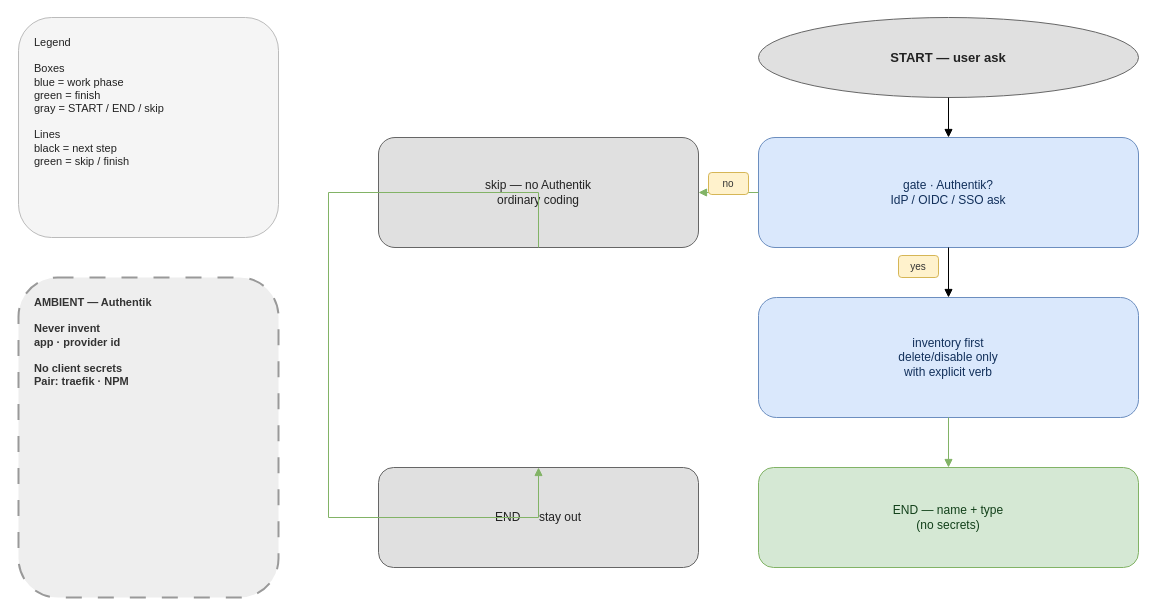
nodadyoushutup/marketplace keeps this draw.io diagram as plugins/authentik/docs/authentik-workflow.drawio. Above is the earlier version. Source tidied: cells renumbered, new cells numbered last; positions are measured from the earlier drawing's top-left corner, leaving out a move shared by most shapes. Both pictures are drawn from the tidied source at 100%, with x=0, y=0 at pixel (18, 17).
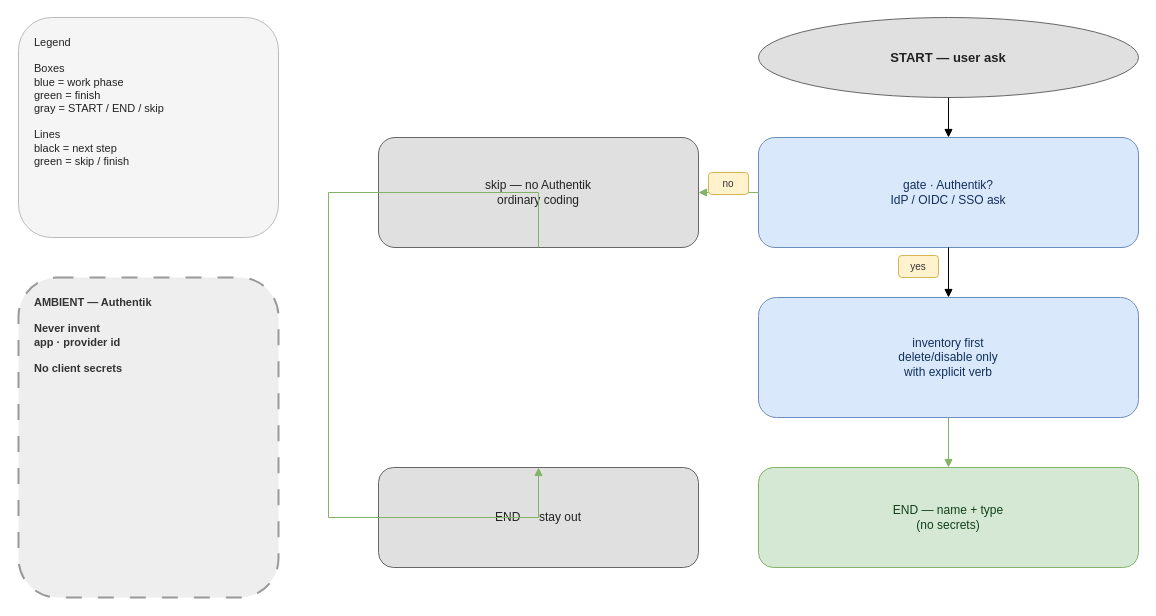
After the change.

What changed in the source:
```diff
@@
 <mxGraphModel>
   <root>
     <mxCell id="0" />
     <mxCell id="1" parent="0" />
     <mxCell id="2" value="Legend&#10;&#10;Boxes&#10;blue = work phase&#10;green = finish&#10;gray = START / END / skip&#10;&#10;Lines&#10;black = next step&#10;green = skip / finish" style="rounded=1;whiteSpace=wrap;html=1;align=left;verticalAlign=top;spacingLeft=14;spacingRight=14;spacingTop=12;spacingBottom=12;fontSize=11;fillColor=#f5f5f5;strokeColor=#bbbbbb;fontColor=#222222;" parent="1" vertex="1">
       <mxGeometry width="260" height="220" as="geometry" />
     </mxCell>
-    <mxCell id="3" value="AMBIENT — Authentik&#10;&#10;Never invent&#10;app · provider id&#10;&#10;No client secrets&#10;Pair: traefik · NPM" style="rounded=1;whiteSpace=wrap;html=1;dashed=1;dashPattern=8 8;align=left;verticalAlign=top;spacingLeft=14;spacingRight=14;spacingTop=12;spacingBottom=12;fontSize=11;fontStyle=1;fillColor=#eeeeee;strokeColor=#999999;strokeWidth=2;fontColor=#333333;" parent="1" vertex="1">
+    <mxCell id="3" value="AMBIENT — Authentik&#10;&#10;Never invent&#10;app · provider id&#10;&#10;No client secrets&#10;" style="rounded=1;whiteSpace=wrap;html=1;dashed=1;dashPattern=8 8;align=left;verticalAlign=top;spacingLeft=14;spacingRight=14;spacingTop=12;spacingBottom=12;fontSize=11;fontStyle=1;fillColor=#eeeeee;strokeColor=#999999;strokeWidth=2;fontColor=#333333;" parent="1" vertex="1">
       <mxGeometry y="260" width="260" height="320" as="geometry" />
     </mxCell>
     <mxCell id="4" value="START — user ask" style="ellipse;whiteSpace=wrap;html=1;align=center;verticalAlign=middle;fontSize=13;fontStyle=1;fillColor=#e0e0e0;strokeColor=#666666;fontColor=#222222;" parent="1" vertex="1">
       <mxGeometry x="740" width="380" height="80" as="geometry" />
     </mxCell>
     <mxCell id="5" value="gate · Authentik?&#10;IdP / OIDC / SSO ask" style="rounded=1;whiteSpace=wrap;html=1;align=center;verticalAlign=middle;spacingLeft=12;spacingRight=12;fontSize=12;fillColor=#dae8fc;strokeColor=#6c8ebf;fontColor=#12305B;" parent="1" vertex="1">
       <mxGeometry x="740" y="120" width="380" height="110" as="geometry" />
     </mxCell>
     <mxCell id="6" value="skip — no Authentik&#10;ordinary coding" style="rounded=1;whiteSpace=wrap;html=1;align=center;verticalAlign=middle;spacingLeft=12;spacingRight=12;fontSize=12;fillColor=#e0e0e0;strokeColor=#666666;fontColor=#222222;" parent="1" vertex="1">
       <mxGeometry x="360" y="120" width="320" height="110" as="geometry" />
     </mxCell>
     <mxCell id="7" value="inventory first&#10;delete/disable only&#10;with explicit verb" style="rounded=1;whiteSpace=wrap;html=1;align=center;verticalAlign=middle;spacingLeft=12;spacingRight=12;fontSize=12;fillColor=#dae8fc;strokeColor=#6c8ebf;fontColor=#12305B;" parent="1" vertex="1">
       <mxGeometry x="740" y="280" width="380" height="120" as="geometry" />
     </mxCell>
     <mxCell id="8" value="END — name + type&#10;(no secrets)" style="rounded=1;whiteSpace=wrap;html=1;align=center;verticalAlign=middle;spacingLeft=12;spacingRight=12;fontSize=12;fillColor=#d5e8d4;strokeColor=#82b366;fontColor=#12401A;" parent="1" vertex="1">
       <mxGeometry x="740" y="450" width="380" height="100" as="geometry" />
     </mxCell>
     <mxCell id="9" value="END — stay out" style="rounded=1;whiteSpace=wrap;html=1;align=center;verticalAlign=middle;spacingLeft=12;spacingRight=12;fontSize=12;fillColor=#e0e0e0;strokeColor=#666666;fontColor=#222222;" parent="1" vertex="1">
       <mxGeometry x="360" y="450" width="320" height="100" as="geometry" />
     </mxCell>
     <mxCell id="10" style="edgeStyle=orthogonalEdgeStyle;rounded=0;html=1;endArrow=block;jumpStyle=arc;jumpSize=10;exitX=0.5;exitY=1;entryX=0.5;entryY=0;" parent="1" edge="1" source="4" target="5">
       <mxGeometry relative="1" as="geometry" />
     </mxCell>
     <mxCell id="11" style="edgeStyle=orthogonalEdgeStyle;rounded=0;html=1;endArrow=block;jumpStyle=arc;jumpSize=10;strokeColor=#82b366;exitX=0;exitY=0.5;entryX=1;entryY=0.5;" parent="1" edge="1" source="5" target="6">
       <mxGeometry relative="1" as="geometry" />
     </mxCell>
     <mxCell id="12" value="no" style="rounded=1;whiteSpace=wrap;html=1;align=center;verticalAlign=middle;fontSize=10;fillColor=#fff2cc;strokeColor=#d6b656;fontColor=#333333;" parent="1" vertex="1">
       <mxGeometry x="690" y="155" width="40" height="22" as="geometry" />
     </mxCell>
     <mxCell id="13" style="edgeStyle=orthogonalEdgeStyle;rounded=0;html=1;endArrow=block;jumpStyle=arc;jumpSize=10;exitX=0.5;exitY=1;entryX=0.5;entryY=0;" parent="1" edge="1" source="5" target="7">
       <mxGeometry relative="1" as="geometry" />
     </mxCell>
     <mxCell id="14" value="yes" style="rounded=1;whiteSpace=wrap;html=1;align=center;verticalAlign=middle;fontSize=10;fillColor=#fff2cc;strokeColor=#d6b656;fontColor=#333333;" parent="1" vertex="1">
       <mxGeometry x="880" y="238" width="40" height="22" as="geometry" />
     </mxCell>
     <mxCell id="15" style="edgeStyle=orthogonalEdgeStyle;rounded=0;html=1;endArrow=block;jumpStyle=arc;jumpSize=10;strokeColor=#82b366;exitX=0.5;exitY=1;entryX=0.5;entryY=0;" parent="1" edge="1" source="7" target="8">
       <mxGeometry relative="1" as="geometry" />
     </mxCell>
     <mxCell id="16" style="edgeStyle=orthogonalEdgeStyle;rounded=0;html=1;endArrow=block;jumpStyle=arc;jumpSize=10;strokeColor=#82b366;exitX=0.5;exitY=1;entryX=0.5;entryY=0;" parent="1" edge="1" source="6" target="9">
       <mxGeometry relative="1" as="geometry">
         <Array as="points">
           <mxPoint x="310" y="175" />
           <mxPoint x="310" y="500" />
         </Array>
       </mxGeometry>
     </mxCell>
   </root>
 </mxGraphModel>
```
